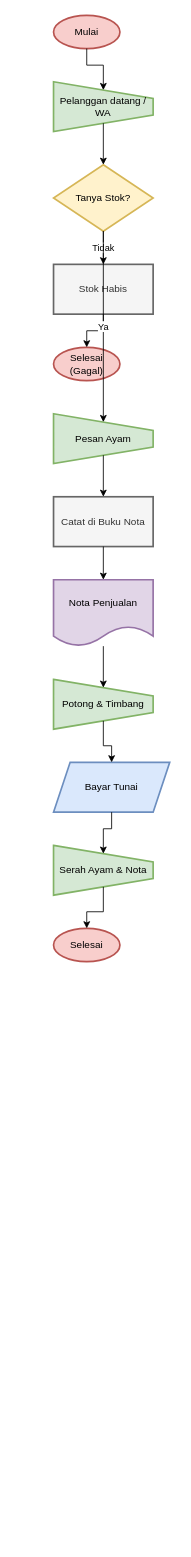
Before: docs/flowcharts/01_sistem_lama.drawio in NarmadaWeb/AyamKu, a draw.io diagram. Source tidied: cells renumbered, new cells numbered last; positions are measured from the earlier drawing's top-left corner, leaving out a move shared by most shapes. Both pictures are drawn from the tidied source at 83%, with x=0, y=0 at pixel (53, 15).
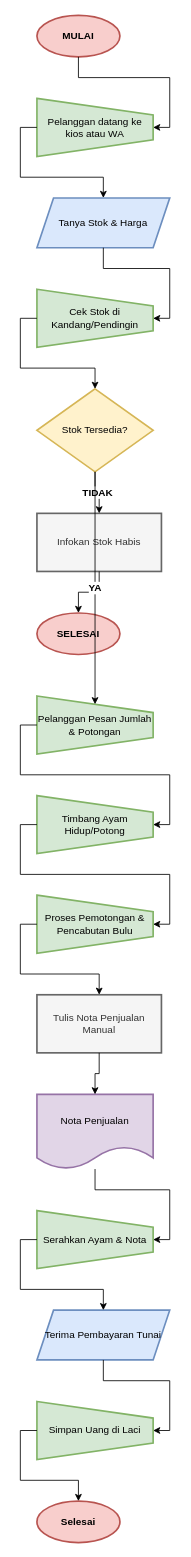
The same diagram, later.

Change to the diagram source:
```diff
@@
-    <mxCell id="2" value="Mulai" style="ellipse;whiteSpace=wrap;html=1;strokeWidth=2;fillColor=#f8cecc;strokeColor=#b85450;" parent="1" vertex="1">
-      <mxGeometry width="80" height="40" as="geometry" />
+    <mxCell id="2" value="MULAI" style="ellipse;whiteSpace=wrap;html=1;strokeWidth=2;fillColor=#f8cecc;strokeColor=#b85450;fontStyle=1;" parent="1" vertex="1">
+      <mxGeometry x="-20" width="100" height="50" as="geometry" />
     </mxCell>
-    <mxCell id="3" value="Pelanggan datang / WA" style="shape=trapezoid;perimeter=trapezoidPerimeter;whiteSpace=wrap;html=1;fixedSize=1;strokeWidth=2;fillColor=#d5e8d4;strokeColor=#82b366;direction=south;" parent="1" vertex="1">
-      <mxGeometry y="80" width="120" height="60" as="geometry" />
+    <mxCell id="3" value="Pelanggan datang ke kios atau WA" style="shape=trapezoid;perimeter=trapezoidPerimeter;whiteSpace=wrap;html=1;fixedSize=1;strokeWidth=2;fillColor=#d5e8d4;strokeColor=#82b366;direction=south;" parent="1" vertex="1">
+      <mxGeometry x="-20" y="100" width="140" height="70" as="geometry" />
     </mxCell>
-    <mxCell id="4" value="Tanya Stok?" style="rhombus;whiteSpace=wrap;html=1;strokeWidth=2;fillColor=#fff2cc;strokeColor=#d6b656;" parent="1" vertex="1">
-      <mxGeometry y="180" width="120" height="80" as="geometry" />
+    <mxCell id="4" value="Tanya Stok &amp; Harga" style="shape=parallelogram;perimeter=parallelogramPerimeter;whiteSpace=wrap;html=1;fixedSize=1;strokeWidth=2;fillColor=#dae8fc;strokeColor=#6c8ebf;" parent="1" vertex="1">
+      <mxGeometry x="-20" y="220" width="160" height="60" as="geometry" />
     </mxCell>
-    <mxCell id="5" value="Stok Habis" style="rounded=0;whiteSpace=wrap;html=1;strokeWidth=2;fillColor=#f5f5f5;strokeColor=#666666;fontColor=#333333;" parent="1" vertex="1">
-      <mxGeometry y="300" width="120" height="60" as="geometry" />
+    <mxCell id="5" value="Cek Stok di Kandang/Pendingin" style="shape=trapezoid;perimeter=trapezoidPerimeter;whiteSpace=wrap;html=1;fixedSize=1;strokeWidth=2;fillColor=#d5e8d4;strokeColor=#82b366;direction=south;" parent="1" vertex="1">
+      <mxGeometry x="-20" y="330" width="140" height="70" as="geometry" />
     </mxCell>
-    <mxCell id="6" value="Selesai (Gagal)" style="ellipse;whiteSpace=wrap;html=1;strokeWidth=2;fillColor=#f8cecc;strokeColor=#b85450;" parent="1" vertex="1">
-      <mxGeometry y="400" width="80" height="40" as="geometry" />
+    <mxCell id="6" value="Stok Tersedia?" style="rhombus;whiteSpace=wrap;html=1;strokeWidth=2;fillColor=#fff2cc;strokeColor=#d6b656;" parent="1" vertex="1">
+      <mxGeometry x="-20" y="450" width="140" height="100" as="geometry" />
     </mxCell>
-    <mxCell id="7" value="Pesan Ayam" style="shape=trapezoid;perimeter=trapezoidPerimeter;whiteSpace=wrap;html=1;fixedSize=1;strokeWidth=2;fillColor=#d5e8d4;strokeColor=#82b366;direction=south;" parent="1" vertex="1">
-      <mxGeometry y="480" width="120" height="60" as="geometry" />
+    <mxCell id="7" value="Infokan Stok Habis" style="rounded=0;whiteSpace=wrap;html=1;strokeWidth=2;fillColor=#f5f5f5;strokeColor=#666666;fontColor=#333333;" parent="1" vertex="1">
+      <mxGeometry x="-20" y="600" width="150" height="70" as="geometry" />
     </mxCell>
-    <mxCell id="8" value="Catat di Buku Nota" style="rounded=0;whiteSpace=wrap;html=1;strokeWidth=2;fillColor=#f5f5f5;strokeColor=#666666;fontColor=#333333;" parent="1" vertex="1">
-      <mxGeometry y="580" width="120" height="60" as="geometry" />
+    <mxCell id="8" value="SELESAI" style="ellipse;whiteSpace=wrap;html=1;strokeWidth=2;fillColor=#f8cecc;strokeColor=#b85450;fontStyle=1;" parent="1" vertex="1">
+      <mxGeometry x="-20" y="720" width="100" height="50" as="geometry" />
     </mxCell>
-    <mxCell id="9" value="Nota Penjualan" style="shape=document;whiteSpace=wrap;html=1;boundedLbl=1;strokeWidth=2;fillColor=#e1d5e7;strokeColor=#9673a6;" parent="1" vertex="1">
-      <mxGeometry y="680" width="120" height="80" as="geometry" />
+    <mxCell id="9" value="Pelanggan Pesan Jumlah &amp; Potongan" style="shape=trapezoid;perimeter=trapezoidPerimeter;whiteSpace=wrap;html=1;fixedSize=1;strokeWidth=2;fillColor=#d5e8d4;strokeColor=#82b366;direction=south;" parent="1" vertex="1">
+      <mxGeometry x="-20" y="820" width="140" height="70" as="geometry" />
     </mxCell>
-    <mxCell id="10" value="Potong &amp; Timbang" style="shape=trapezoid;perimeter=trapezoidPerimeter;whiteSpace=wrap;html=1;fixedSize=1;strokeWidth=2;fillColor=#d5e8d4;strokeColor=#82b366;direction=south;" parent="1" vertex="1">
-      <mxGeometry y="800" width="120" height="60" as="geometry" />
+    <mxCell id="10" value="Timbang Ayam Hidup/Potong" style="shape=trapezoid;perimeter=trapezoidPerimeter;whiteSpace=wrap;html=1;fixedSize=1;strokeWidth=2;fillColor=#d5e8d4;strokeColor=#82b366;direction=south;" parent="1" vertex="1">
+      <mxGeometry x="-20" y="940" width="140" height="70" as="geometry" />
     </mxCell>
-    <mxCell id="11" value="Bayar Tunai" style="shape=parallelogram;perimeter=parallelogramPerimeter;whiteSpace=wrap;html=1;fixedSize=1;strokeWidth=2;fillColor=#dae8fc;strokeColor=#6c8ebf;" parent="1" vertex="1">
-      <mxGeometry y="900" width="140" height="60" as="geometry" />
+    <mxCell id="11" value="Proses Pemotongan &amp; Pencabutan Bulu" style="shape=trapezoid;perimeter=trapezoidPerimeter;whiteSpace=wrap;html=1;fixedSize=1;strokeWidth=2;fillColor=#d5e8d4;strokeColor=#82b366;direction=south;" parent="1" vertex="1">
+      <mxGeometry x="-20" y="1060" width="140" height="70" as="geometry" />
     </mxCell>
-    <mxCell id="12" value="Serah Ayam &amp; Nota" style="shape=trapezoid;perimeter=trapezoidPerimeter;whiteSpace=wrap;html=1;fixedSize=1;strokeWidth=2;fillColor=#d5e8d4;strokeColor=#82b366;direction=south;" parent="1" vertex="1">
-      <mxGeometry y="1000" width="120" height="60" as="geometry" />
+    <mxCell id="12" value="Tulis Nota Penjualan Manual" style="rounded=0;whiteSpace=wrap;html=1;strokeWidth=2;fillColor=#f5f5f5;strokeColor=#666666;fontColor=#333333;" parent="1" vertex="1">
+      <mxGeometry x="-20" y="1180" width="150" height="70" as="geometry" />
     </mxCell>
-    <mxCell id="13" value="Selesai" style="ellipse;whiteSpace=wrap;html=1;strokeWidth=2;fillColor=#f8cecc;strokeColor=#b85450;" parent="1" vertex="1">
-      <mxGeometry y="1100" width="80" height="40" as="geometry" />
+    <mxCell id="13" value="Nota Penjualan" style="shape=document;whiteSpace=wrap;html=1;boundedLbl=1;strokeWidth=2;fillColor=#e1d5e7;strokeColor=#9673a6;" parent="1" vertex="1">
+      <mxGeometry x="-20" y="1300" width="140" height="90" as="geometry" />
     </mxCell>
-    <mxCell id="14" style="edgeStyle=orthogonalEdgeStyle;rounded=0;jettySize=auto;html=1;" parent="1" edge="1" source="2" target="3">
-      <mxGeometry relative="1" as="geometry" />
+    <mxCell id="14" value="Serahkan Ayam &amp; Nota" style="shape=trapezoid;perimeter=trapezoidPerimeter;whiteSpace=wrap;html=1;fixedSize=1;strokeWidth=2;fillColor=#d5e8d4;strokeColor=#82b366;direction=south;" parent="1" vertex="1">
+      <mxGeometry x="-20" y="1440" width="140" height="70" as="geometry" />
     </mxCell>
-    <mxCell id="15" style="edgeStyle=orthogonalEdgeStyle;rounded=0;jettySize=auto;html=1;" parent="1" edge="1" source="3" target="4">
-      <mxGeometry relative="1" as="geometry" />
+    <mxCell id="15" value="Terima Pembayaran Tunai" style="shape=parallelogram;perimeter=parallelogramPerimeter;whiteSpace=wrap;html=1;fixedSize=1;strokeWidth=2;fillColor=#dae8fc;strokeColor=#6c8ebf;" parent="1" vertex="1">
+      <mxGeometry x="-20" y="1560" width="160" height="60" as="geometry" />
     </mxCell>
-    <mxCell id="16" value="Tidak" style="edgeStyle=orthogonalEdgeStyle;rounded=0;jettySize=auto;html=1;" parent="1" edge="1" source="4" target="5">
-      <mxGeometry relative="1" as="geometry" />
+    <mxCell id="16" value="Simpan Uang di Laci" style="shape=trapezoid;perimeter=trapezoidPerimeter;whiteSpace=wrap;html=1;fixedSize=1;strokeWidth=2;fillColor=#d5e8d4;strokeColor=#82b366;direction=south;" parent="1" vertex="1">
+      <mxGeometry x="-20" y="1670" width="140" height="70" as="geometry" />
     </mxCell>
-    <mxCell id="17" style="edgeStyle=orthogonalEdgeStyle;rounded=0;jettySize=auto;html=1;" parent="1" edge="1" source="5" target="6">
-      <mxGeometry relative="1" as="geometry" />
+    <mxCell id="17" value="Selesai" style="ellipse;whiteSpace=wrap;html=1;strokeWidth=2;fillColor=#f8cecc;strokeColor=#b85450;fontStyle=1;" parent="1" vertex="1">
+      <mxGeometry x="-20" y="1790" width="100" height="50" as="geometry" />
     </mxCell>
-    <mxCell id="18" value="Ya" style="edgeStyle=orthogonalEdgeStyle;rounded=0;jettySize=auto;html=1;" parent="1" edge="1" source="4" target="7">
+    <mxCell id="18" style="edgeStyle=orthogonalEdgeStyle;rounded=0;jettySize=auto;html=1;exitX=0.5;exitY=1;exitDx=0;exitDy=0;entryX=0.5;entryY=0;entryDx=0;entryDy=0;" parent="1" edge="1" source="2" target="3">
       <mxGeometry relative="1" as="geometry" />
     </mxCell>
-    <mxCell id="19" style="edgeStyle=orthogonalEdgeStyle;rounded=0;jettySize=auto;html=1;" parent="1" edge="1" source="7" target="8">
+    <mxCell id="19" style="edgeStyle=orthogonalEdgeStyle;rounded=0;jettySize=auto;html=1;exitX=0.5;exitY=1;exitDx=0;exitDy=0;entryX=0.5;entryY=0;entryDx=0;entryDy=0;" parent="1" edge="1" source="3" target="4">
       <mxGeometry relative="1" as="geometry" />
     </mxCell>
-    <mxCell id="20" style="edgeStyle=orthogonalEdgeStyle;rounded=0;jettySize=auto;html=1;" parent="1" edge="1" source="8" target="9">
+    <mxCell id="20" style="edgeStyle=orthogonalEdgeStyle;rounded=0;jettySize=auto;html=1;exitX=0.5;exitY=1;exitDx=0;exitDy=0;entryX=0.5;entryY=0;entryDx=0;entryDy=0;" parent="1" edge="1" source="4" target="5">
       <mxGeometry relative="1" as="geometry" />
     </mxCell>
-    <mxCell id="21" style="edgeStyle=orthogonalEdgeStyle;rounded=0;jettySize=auto;html=1;" parent="1" edge="1" source="9" target="10">
+    <mxCell id="21" style="edgeStyle=orthogonalEdgeStyle;rounded=0;jettySize=auto;html=1;exitX=0.5;exitY=1;exitDx=0;exitDy=0;entryX=0.5;entryY=0;entryDx=0;entryDy=0;" parent="1" edge="1" source="5" target="6">
       <mxGeometry relative="1" as="geometry" />
     </mxCell>
-    <mxCell id="22" style="edgeStyle=orthogonalEdgeStyle;rounded=0;jettySize=auto;html=1;" parent="1" edge="1" source="10" target="11">
+    <mxCell id="22" value="TIDAK" style="edgeStyle=orthogonalEdgeStyle;rounded=0;jettySize=auto;html=1;fontStyle=1;fontSize=12;" parent="1" edge="1" source="6" target="7">
       <mxGeometry relative="1" as="geometry" />
     </mxCell>
-    <mxCell id="23" style="edgeStyle=orthogonalEdgeStyle;rounded=0;jettySize=auto;html=1;" parent="1" edge="1" source="11" target="12">
+    <mxCell id="23" style="edgeStyle=orthogonalEdgeStyle;rounded=0;jettySize=auto;html=1;exitX=0.5;exitY=1;exitDx=0;exitDy=0;entryX=0.5;entryY=0;entryDx=0;entryDy=0;" parent="1" edge="1" source="7" target="8">
       <mxGeometry relative="1" as="geometry" />
     </mxCell>
-    <mxCell id="24" style="edgeStyle=orthogonalEdgeStyle;rounded=0;jettySize=auto;html=1;" parent="1" edge="1" source="12" target="13">
+    <mxCell id="24" value="YA" style="edgeStyle=orthogonalEdgeStyle;rounded=0;jettySize=auto;html=1;fontStyle=1;fontSize=12;" parent="1" edge="1" source="6" target="9">
       <mxGeometry relative="1" as="geometry" />
     </mxCell>
+    <mxCell id="25" style="edgeStyle=orthogonalEdgeStyle;rounded=0;jettySize=auto;html=1;exitX=0.5;exitY=1;exitDx=0;exitDy=0;entryX=0.5;entryY=0;entryDx=0;entryDy=0;" parent="1" edge="1" source="9" target="10">
+      <mxGeometry relative="1" as="geometry" />
+    </mxCell>
+    <mxCell id="26" style="edgeStyle=orthogonalEdgeStyle;rounded=0;jettySize=auto;html=1;exitX=0.5;exitY=1;exitDx=0;exitDy=0;entryX=0.5;entryY=0;entryDx=0;entryDy=0;" parent="1" edge="1" source="10" target="11">
+      <mxGeometry relative="1" as="geometry" />
+    </mxCell>
+    <mxCell id="27" style="edgeStyle=orthogonalEdgeStyle;rounded=0;jettySize=auto;html=1;exitX=0.5;exitY=1;exitDx=0;exitDy=0;entryX=0.5;entryY=0;entryDx=0;entryDy=0;" parent="1" edge="1" source="11" target="12">
+      <mxGeometry relative="1" as="geometry" />
+    </mxCell>
+    <mxCell id="28" style="edgeStyle=orthogonalEdgeStyle;rounded=0;jettySize=auto;html=1;exitX=0.5;exitY=1;exitDx=0;exitDy=0;entryX=0.5;entryY=0;entryDx=0;entryDy=0;" parent="1" edge="1" source="12" target="13">
+      <mxGeometry relative="1" as="geometry" />
+    </mxCell>
+    <mxCell id="29" style="edgeStyle=orthogonalEdgeStyle;rounded=0;jettySize=auto;html=1;exitX=0.5;exitY=1;exitDx=0;exitDy=0;entryX=0.5;entryY=0;entryDx=0;entryDy=0;" parent="1" edge="1" source="13" target="14">
+      <mxGeometry relative="1" as="geometry" />
+    </mxCell>
+    <mxCell id="30" style="edgeStyle=orthogonalEdgeStyle;rounded=0;jettySize=auto;html=1;exitX=0.5;exitY=1;exitDx=0;exitDy=0;entryX=0.5;entryY=0;entryDx=0;entryDy=0;" parent="1" edge="1" source="14" target="15">
+      <mxGeometry relative="1" as="geometry" />
+    </mxCell>
+    <mxCell id="31" style="edgeStyle=orthogonalEdgeStyle;rounded=0;jettySize=auto;html=1;exitX=0.5;exitY=1;exitDx=0;exitDy=0;entryX=0.5;entryY=0;entryDx=0;entryDy=0;" parent="1" edge="1" source="15" target="16">
+      <mxGeometry relative="1" as="geometry" />
+    </mxCell>
+    <mxCell id="32" style="edgeStyle=orthogonalEdgeStyle;rounded=0;jettySize=auto;html=1;exitX=0.5;exitY=1;exitDx=0;exitDy=0;entryX=0.5;entryY=0;entryDx=0;entryDy=0;" parent="1" edge="1" source="16" target="17">
+      <mxGeometry relative="1" as="geometry" />
+    </mxCell>
```
